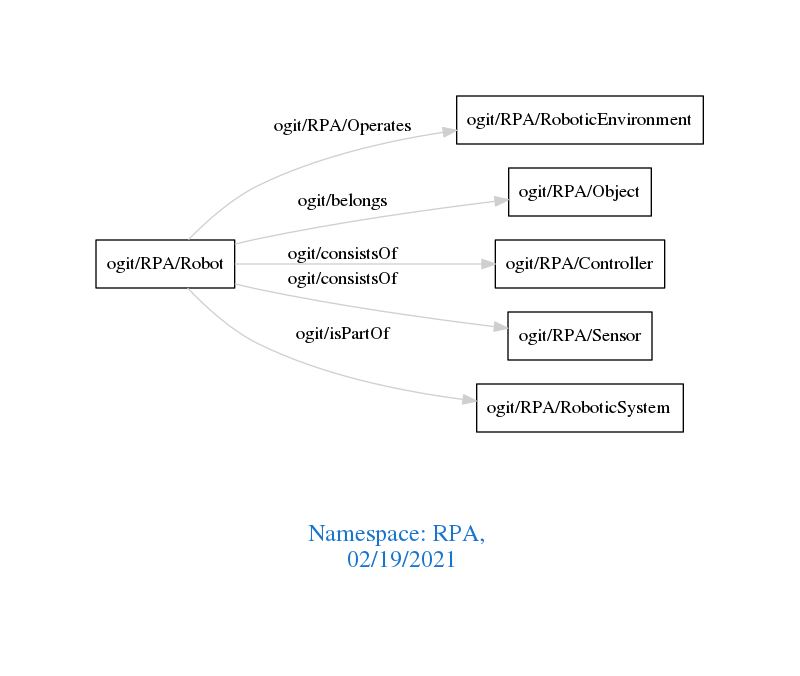
Earlier version of the Graphviz export downloads/RPA.png (arago/OGIT). Its source is kept beside it as downloads/RPA.dot.
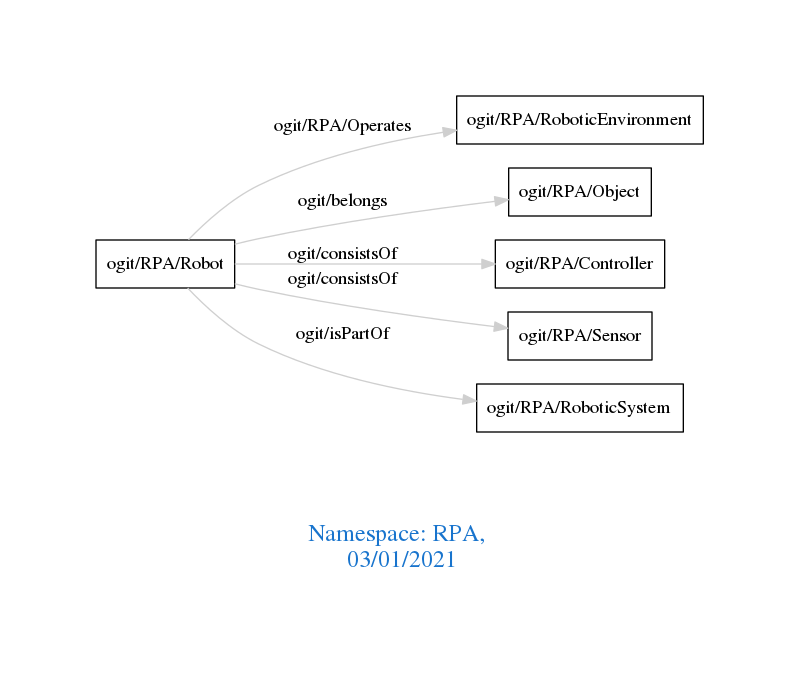
The same diagram one commit later.

What changed in the source:
```diff
@@ -1,7 +1,7 @@
 digraph OGIT_ontology {
  graph [ rankdir= LR,pad=1
 fontsize = 18,
-fontcolor= dodgerblue3,label = "\n\n\nNamespace: RPA, \n 02/19/2021"];
+fontcolor= dodgerblue3,label = "\n\n\nNamespace: RPA, \n 03/01/2021"];
 node[shape=polygon];
 edge [  color="gray81"];
 
```
